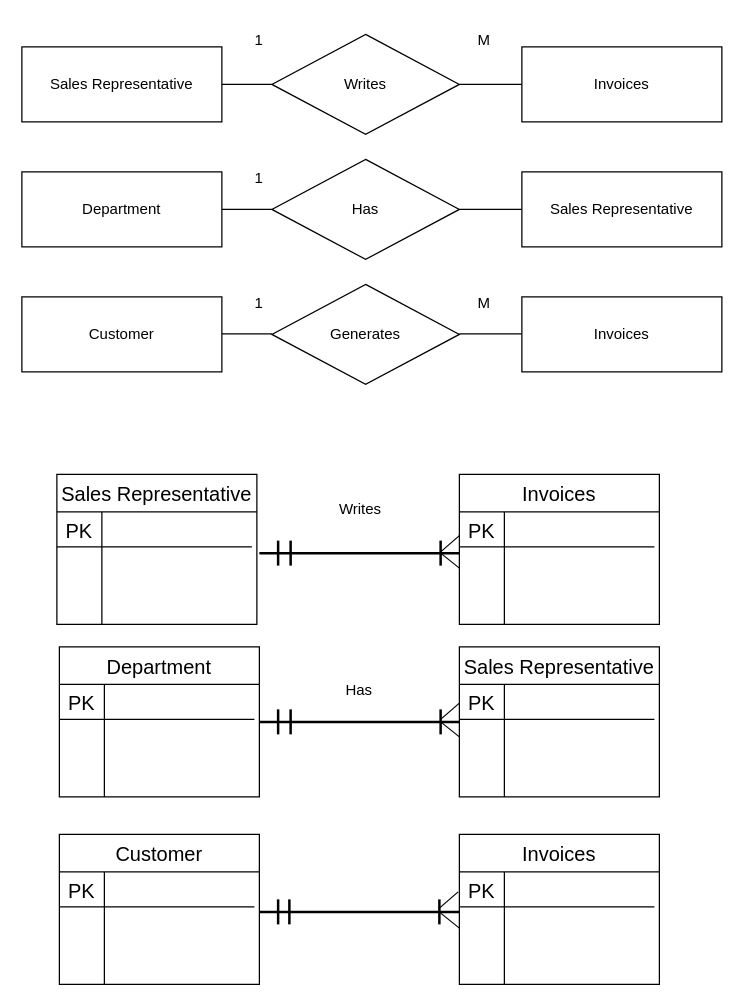
The draw.io diagram Untitled Diagram.drawio in Cloyd-glitch/DiffPortfolio, before the edit. Source tidied: cells renumbered, new cells numbered last; positions are measured from the earlier drawing's top-left corner, leaving out a move shared by most shapes. Both pictures are drawn from the tidied source at 125%, with x=0, y=0 at pixel (21, 21).
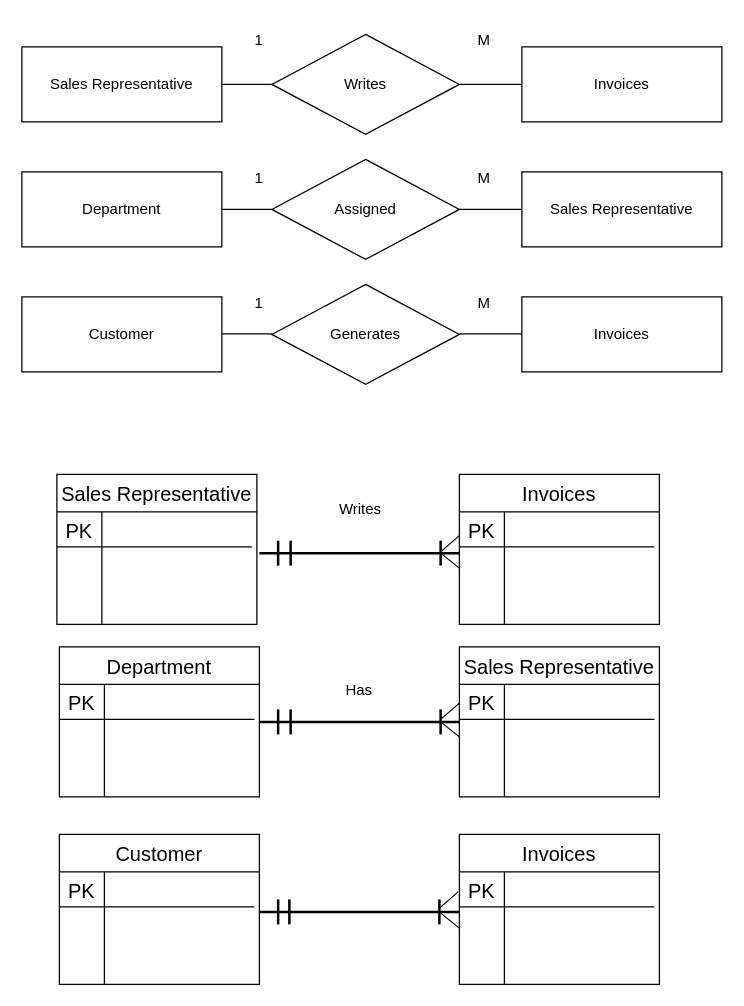
The same diagram, later.

What changed in the source:
```diff
@@
-    <mxCell id="10" value="Has" style="rhombus;whiteSpace=wrap;html=1;" parent="1" vertex="1">
+    <mxCell id="10" value="Assigned" style="rhombus;whiteSpace=wrap;html=1;" parent="1" vertex="1">
       <mxGeometry x="200" y="110" width="150" height="80" as="geometry" />
     </mxCell>
@@
+    <mxCell id="108" value="M" style="text;html=1;align=center;verticalAlign=middle;whiteSpace=wrap;rounded=0;" parent="1" vertex="1">
+      <mxGeometry x="340" y="110" width="60" height="30" as="geometry" />
+    </mxCell>
```
